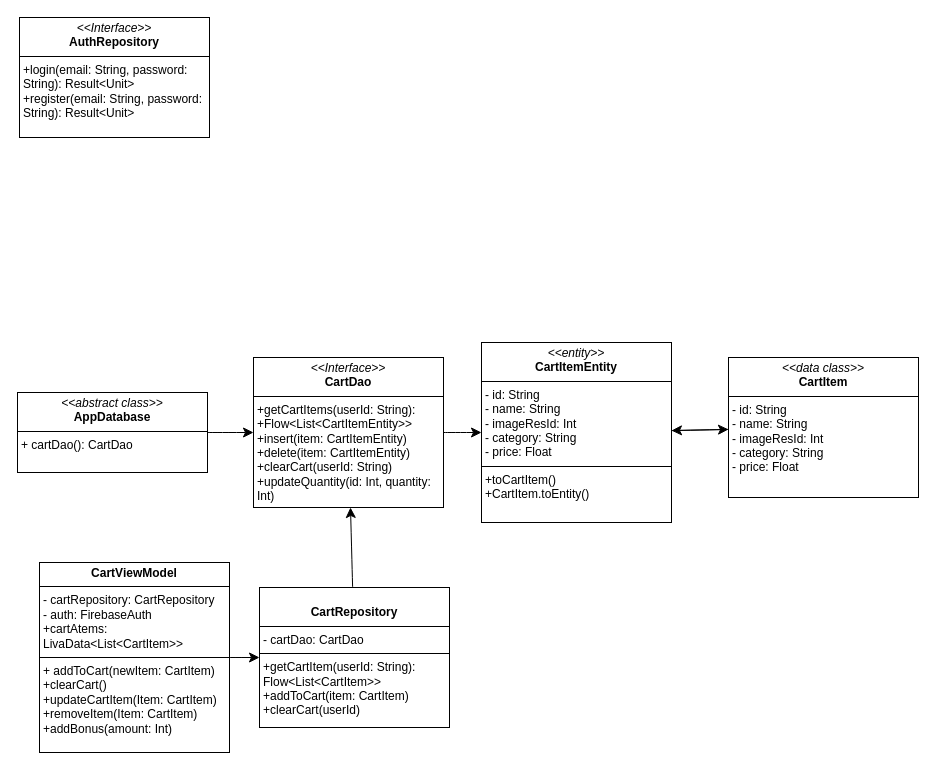
Earlier version of the draw.io diagram kotlin_samsung.drawio (danaddi/draw.io). Source tidied: cells renumbered, new cells numbered last; positions are measured from the earlier drawing's top-left corner, leaving out a move shared by most shapes. Both pictures are drawn from the tidied source at 100%, with x=0, y=0 at pixel (17, 17).
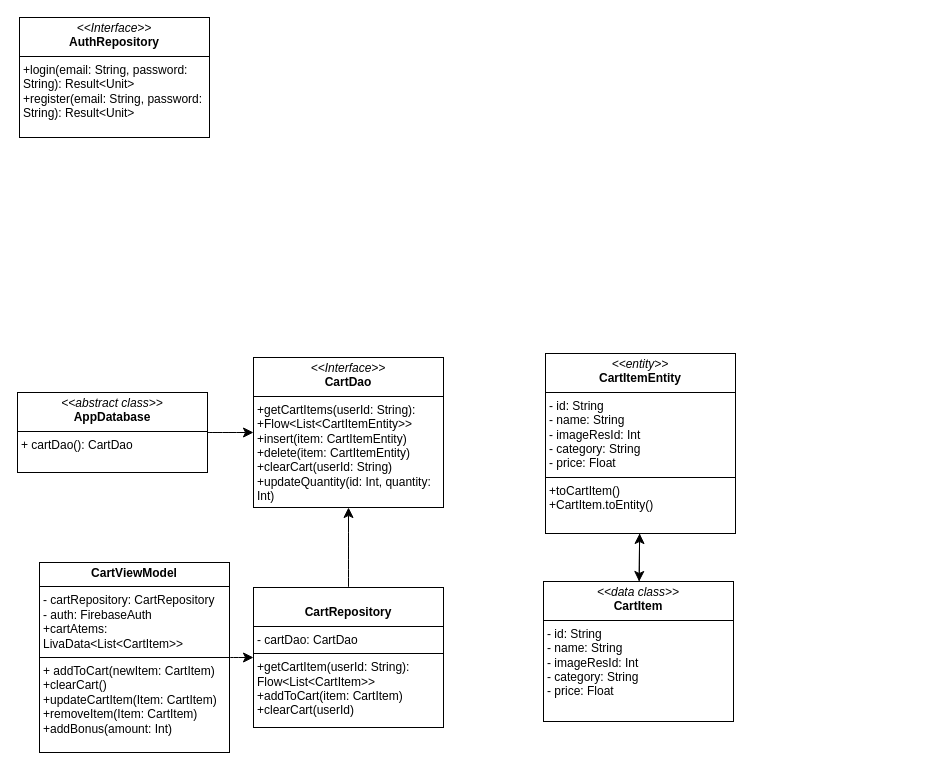
After the change.

The edit, as a diff of the source:
```diff
@@
 <mxGraphModel>
   <root>
     <mxCell id="0" />
     <mxCell id="1" parent="0" />
     <mxCell id="2" value="&lt;p style=&quot;margin:0px;margin-top:4px;text-align:center;&quot;&gt;&lt;i&gt;&amp;lt;&amp;lt;Interface&amp;gt;&amp;gt;&lt;/i&gt;&lt;br&gt;&lt;b&gt;AuthRepository&lt;/b&gt;&lt;/p&gt;&lt;hr size=&quot;1&quot; style=&quot;border-style:solid;&quot;&gt;&lt;p style=&quot;margin:0px;margin-left:4px;&quot;&gt;+login(email: String, password: String): Result&amp;lt;Unit&amp;gt;&lt;br&gt;+register&lt;span style=&quot;background-color: transparent; color: light-dark(rgb(0, 0, 0), rgb(255, 255, 255));&quot;&gt;(email: String, password: String): Result&amp;lt;Unit&amp;gt;&lt;/span&gt;&lt;/p&gt;" style="verticalAlign=top;align=left;overflow=fill;html=1;whiteSpace=wrap;" parent="1" vertex="1">
       <mxGeometry x="2" width="190" height="120" as="geometry" />
     </mxCell>
     <mxCell id="3" style="edgeStyle=none;curved=1;rounded=0;jettySize=auto;html=1;fontSize=12;startSize=8;endSize=8;" parent="1" edge="1" source="4" target="6">
       <mxGeometry relative="1" as="geometry" />
     </mxCell>
     <mxCell id="4" value="&lt;p style=&quot;margin:0px;margin-top:4px;text-align:center;&quot;&gt;&lt;b&gt;CartViewModel&lt;/b&gt;&lt;/p&gt;&lt;hr size=&quot;1&quot; style=&quot;border-style:solid;&quot;&gt;&lt;p style=&quot;margin:0px;margin-left:4px;&quot;&gt;- cartRepository: CartRepository&lt;br&gt;- auth: FirebaseAuth&lt;/p&gt;&lt;p style=&quot;margin:0px;margin-left:4px;&quot;&gt;+cartAtems: LivaData&amp;lt;List&amp;lt;CartItem&amp;gt;&amp;gt;&lt;/p&gt;&lt;hr size=&quot;1&quot; style=&quot;border-style:solid;&quot;&gt;&lt;p style=&quot;margin:0px;margin-left:4px;&quot;&gt;+ addToCart(newItem: CartItem)&lt;/p&gt;&lt;p style=&quot;margin:0px;margin-left:4px;&quot;&gt;+clearCart()&lt;/p&gt;&lt;p style=&quot;margin:0px;margin-left:4px;&quot;&gt;+updateCartItem(Item: CartItem)&lt;/p&gt;&lt;p style=&quot;margin:0px;margin-left:4px;&quot;&gt;+removeItem(Item: CartItem)&lt;/p&gt;&lt;p style=&quot;margin:0px;margin-left:4px;&quot;&gt;+addBonus(amount: Int)&lt;/p&gt;" style="verticalAlign=top;align=left;overflow=fill;html=1;whiteSpace=wrap;" parent="1" vertex="1">
       <mxGeometry x="22" y="545" width="190" height="190" as="geometry" />
     </mxCell>
     <mxCell id="5" style="edgeStyle=none;curved=1;rounded=0;jettySize=auto;html=1;fontSize=12;startSize=8;endSize=8;" parent="1" edge="1" source="6" target="14">
       <mxGeometry relative="1" as="geometry" />
     </mxCell>
     <mxCell id="6" value="&lt;p style=&quot;margin:0px;margin-top:4px;text-align:center;&quot;&gt;&lt;br&gt;&lt;b&gt;CartRepository&lt;/b&gt;&lt;/p&gt;&lt;hr size=&quot;1&quot; style=&quot;border-style:solid;&quot;&gt;&lt;p style=&quot;margin:0px;margin-left:4px;&quot;&gt;- cartDao: CartDao&lt;/p&gt;&lt;hr size=&quot;1&quot; style=&quot;border-style:solid;&quot;&gt;&lt;p style=&quot;margin:0px;margin-left:4px;&quot;&gt;+getCartItem(userId: String): Flow&amp;lt;List&amp;lt;CartItem&amp;gt;&amp;gt;&lt;br&gt;+addToCart(item: CartItem)&lt;/p&gt;&lt;p style=&quot;margin:0px;margin-left:4px;&quot;&gt;+clearCart(userId)&lt;/p&gt;" style="verticalAlign=top;align=left;overflow=fill;html=1;whiteSpace=wrap;" parent="1" vertex="1">
-      <mxGeometry x="242" y="570" width="190" height="140" as="geometry" />
+      <mxGeometry x="236" y="570" width="190" height="140" as="geometry" />
     </mxCell>
     <mxCell id="7" style="edgeStyle=none;curved=1;rounded=0;jettySize=auto;html=1;fontSize=12;startSize=8;endSize=8;" parent="1" edge="1" source="8" target="10">
       <mxGeometry relative="1" as="geometry" />
     </mxCell>
     <mxCell id="8" value="&lt;p style=&quot;margin:0px;margin-top:4px;text-align:center;&quot;&gt;&lt;i&gt;&amp;lt;&amp;lt;data class&amp;gt;&amp;gt;&lt;/i&gt;&lt;br&gt;&lt;b&gt;CartItem&lt;/b&gt;&lt;/p&gt;&lt;hr size=&quot;1&quot; style=&quot;border-style:solid;&quot;&gt;&lt;p style=&quot;margin:0px;margin-left:4px;&quot;&gt;-&amp;nbsp;&lt;span style=&quot;background-color: transparent;&quot;&gt;id: String&amp;nbsp;&lt;/span&gt;&lt;/p&gt;&lt;p style=&quot;margin:0px;margin-left:4px;&quot;&gt;- name: String&amp;nbsp;&lt;/p&gt;&lt;p style=&quot;margin:0px;margin-left:4px;&quot;&gt;- imageResId: Int&amp;nbsp;&lt;/p&gt;&lt;p style=&quot;margin:0px;margin-left:4px;&quot;&gt;- category: String&lt;/p&gt;&lt;p style=&quot;margin:0px;margin-left:4px;&quot;&gt;- price: Float&amp;nbsp;&lt;/p&gt;" style="verticalAlign=top;align=left;overflow=fill;html=1;whiteSpace=wrap;" parent="1" vertex="1">
-      <mxGeometry x="711" y="340" width="190" height="140" as="geometry" />
+      <mxGeometry x="526" y="564" width="190" height="140" as="geometry" />
     </mxCell>
     <mxCell id="9" style="edgeStyle=none;curved=1;rounded=0;jettySize=auto;html=1;fontSize=12;startSize=8;endSize=8;" parent="1" edge="1" source="10" target="8">
       <mxGeometry relative="1" as="geometry" />
     </mxCell>
     <mxCell id="10" value="&lt;p style=&quot;margin:0px;margin-top:4px;text-align:center;&quot;&gt;&lt;i&gt;&amp;lt;&amp;lt;entity&amp;gt;&amp;gt;&lt;/i&gt;&lt;br&gt;&lt;b&gt;CartItemEntity&lt;/b&gt;&lt;/p&gt;&lt;hr size=&quot;1&quot; style=&quot;border-style:solid;&quot;&gt;&lt;p style=&quot;margin: 0px 0px 0px 4px;&quot;&gt;-&amp;nbsp;&lt;span style=&quot;background-color: transparent;&quot;&gt;id: String&amp;nbsp;&lt;/span&gt;&lt;/p&gt;&lt;p style=&quot;margin: 0px 0px 0px 4px;&quot;&gt;- name: String&amp;nbsp;&lt;/p&gt;&lt;p style=&quot;margin: 0px 0px 0px 4px;&quot;&gt;- imageResId: Int&amp;nbsp;&lt;/p&gt;&lt;p style=&quot;margin: 0px 0px 0px 4px;&quot;&gt;- category: String&lt;/p&gt;&lt;p style=&quot;margin: 0px 0px 0px 4px;&quot;&gt;- price: Float&amp;nbsp;&lt;/p&gt;&lt;hr size=&quot;1&quot; style=&quot;border-style:solid;&quot;&gt;&lt;p style=&quot;margin:0px;margin-left:4px;&quot;&gt;+toCartItem()&lt;/p&gt;&lt;p style=&quot;margin:0px;margin-left:4px;&quot;&gt;+CartItem.toEntity()&lt;/p&gt;" style="verticalAlign=top;align=left;overflow=fill;html=1;whiteSpace=wrap;" parent="1" vertex="1">
-      <mxGeometry x="464" y="325" width="190" height="180" as="geometry" />
+      <mxGeometry x="528" y="336" width="190" height="180" as="geometry" />
     </mxCell>
     <mxCell id="11" style="edgeStyle=none;curved=1;rounded=0;jettySize=auto;html=1;fontSize=12;startSize=8;endSize=8;" parent="1" edge="1" source="12" target="14">
       <mxGeometry relative="1" as="geometry" />
     </mxCell>
     <mxCell id="12" value="&lt;p style=&quot;margin:0px;margin-top:4px;text-align:center;&quot;&gt;&lt;i&gt;&amp;lt;&amp;lt;abstract class&amp;gt;&amp;gt;&lt;/i&gt;&lt;br&gt;&lt;b&gt;AppDatabase&lt;/b&gt;&lt;/p&gt;&lt;hr size=&quot;1&quot; style=&quot;border-style:solid;&quot;&gt;&lt;p style=&quot;margin:0px;margin-left:4px;&quot;&gt;+&amp;nbsp;&lt;span style=&quot;background-color: transparent;&quot;&gt;cartDao(): CartDao&lt;/span&gt;&lt;/p&gt;" style="verticalAlign=top;align=left;overflow=fill;html=1;whiteSpace=wrap;" parent="1" vertex="1">
       <mxGeometry y="375" width="190" height="80" as="geometry" />
     </mxCell>
-    <mxCell id="13" style="edgeStyle=none;curved=1;rounded=0;jettySize=auto;html=1;fontSize=12;startSize=8;endSize=8;" parent="1" edge="1" source="14" target="10">
-      <mxGeometry relative="1" as="geometry" />
-    </mxCell>
     <mxCell id="14" value="&lt;p style=&quot;margin:0px;margin-top:4px;text-align:center;&quot;&gt;&lt;i&gt;&amp;lt;&amp;lt;Interface&amp;gt;&amp;gt;&lt;/i&gt;&lt;br&gt;&lt;b&gt;CartDao&lt;/b&gt;&lt;/p&gt;&lt;hr size=&quot;1&quot; style=&quot;border-style:solid;&quot;&gt;&lt;p style=&quot;margin:0px;margin-left:4px;&quot;&gt;+getCartItems(userId: String): +Flow&amp;lt;List&amp;lt;CartItemEntity&amp;gt;&amp;gt;&lt;/p&gt;&lt;p style=&quot;margin:0px;margin-left:4px;&quot;&gt;+insert(item: CartItemEntity)&lt;/p&gt;&lt;p style=&quot;margin:0px;margin-left:4px;&quot;&gt;+delete(item: CartItemEntity)&lt;/p&gt;&lt;p style=&quot;margin:0px;margin-left:4px;&quot;&gt;+clearCart(userId: String)&lt;/p&gt;&lt;p style=&quot;margin:0px;margin-left:4px;&quot;&gt;+updateQuantity(id: Int, quantity: Int)&lt;/p&gt;" style="verticalAlign=top;align=left;overflow=fill;html=1;whiteSpace=wrap;" parent="1" vertex="1">
       <mxGeometry x="236" y="340" width="190" height="150" as="geometry" />
     </mxCell>
   </root>
 </mxGraphModel>
```
